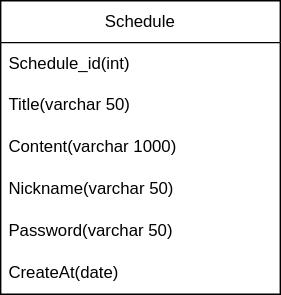
Before: documents/schedule-erd.svg, a diagram exported from draw.io (newbe01/schedule). Source tidied: cells renumbered, new cells last; positions are measured from the earlier drawing's top-left corner, leaving out a move shared by most shapes.
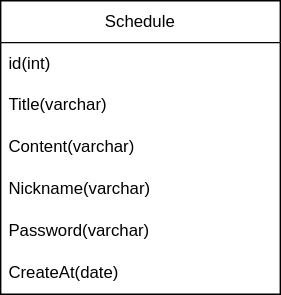
After the commit.

Change to the diagram source:
```diff
@@ -5,19 +5,19 @@
     <mxCell id="2" value="Schedule" style="swimlane;fontStyle=0;horizontal=1;startSize=30;whiteSpace=wrap;html=1;" parent="1" vertex="1">
       <mxGeometry width="200" height="210" as="geometry" />
     </mxCell>
-    <mxCell id="3" value="Schedule_id(int)" style="text;strokeColor=none;fillColor=none;align=left;verticalAlign=middle;spacingLeft=4;spacingRight=4;overflow=hidden;whiteSpace=wrap;html=1;" parent="2" vertex="1">
+    <mxCell id="3" value="id(int)" style="text;strokeColor=none;fillColor=none;align=left;verticalAlign=middle;spacingLeft=4;spacingRight=4;overflow=hidden;whiteSpace=wrap;html=1;" parent="2" vertex="1">
       <mxGeometry y="30" width="200" height="30" as="geometry" />
     </mxCell>
-    <mxCell id="4" value="Title(varchar 50)" style="text;strokeColor=none;fillColor=none;align=left;verticalAlign=middle;spacingLeft=4;spacingRight=4;overflow=hidden;whiteSpace=wrap;html=1;" parent="2" vertex="1">
+    <mxCell id="4" value="Title(varchar)" style="text;strokeColor=none;fillColor=none;align=left;verticalAlign=middle;spacingLeft=4;spacingRight=4;overflow=hidden;whiteSpace=wrap;html=1;" parent="2" vertex="1">
       <mxGeometry y="60" width="200" height="30" as="geometry" />
     </mxCell>
-    <mxCell id="5" value="Content(varchar 1000)" style="text;strokeColor=none;fillColor=none;align=left;verticalAlign=middle;spacingLeft=4;spacingRight=4;overflow=hidden;whiteSpace=wrap;html=1;" parent="2" vertex="1">
+    <mxCell id="5" value="Content(varchar)" style="text;strokeColor=none;fillColor=none;align=left;verticalAlign=middle;spacingLeft=4;spacingRight=4;overflow=hidden;whiteSpace=wrap;html=1;" parent="2" vertex="1">
       <mxGeometry y="90" width="200" height="30" as="geometry" />
     </mxCell>
-    <mxCell id="6" value="Nickname(varchar 50)" style="text;strokeColor=none;fillColor=none;align=left;verticalAlign=middle;spacingLeft=4;spacingRight=4;overflow=hidden;whiteSpace=wrap;html=1;" parent="2" vertex="1">
+    <mxCell id="6" value="Nickname(varchar)" style="text;strokeColor=none;fillColor=none;align=left;verticalAlign=middle;spacingLeft=4;spacingRight=4;overflow=hidden;whiteSpace=wrap;html=1;" parent="2" vertex="1">
       <mxGeometry y="120" width="200" height="30" as="geometry" />
     </mxCell>
-    <mxCell id="7" value="Password(varchar 50)" style="text;strokeColor=none;fillColor=none;align=left;verticalAlign=middle;spacingLeft=4;spacingRight=4;overflow=hidden;whiteSpace=wrap;html=1;" parent="2" vertex="1">
+    <mxCell id="7" value="Password(varchar)" style="text;strokeColor=none;fillColor=none;align=left;verticalAlign=middle;spacingLeft=4;spacingRight=4;overflow=hidden;whiteSpace=wrap;html=1;" parent="2" vertex="1">
       <mxGeometry y="150" width="200" height="30" as="geometry" />
     </mxCell>
     <mxCell id="8" value="CreateAt(date)" style="text;strokeColor=none;fillColor=none;align=left;verticalAlign=middle;spacingLeft=4;spacingRight=4;overflow=hidden;whiteSpace=wrap;html=1;" parent="2" vertex="1">
```
